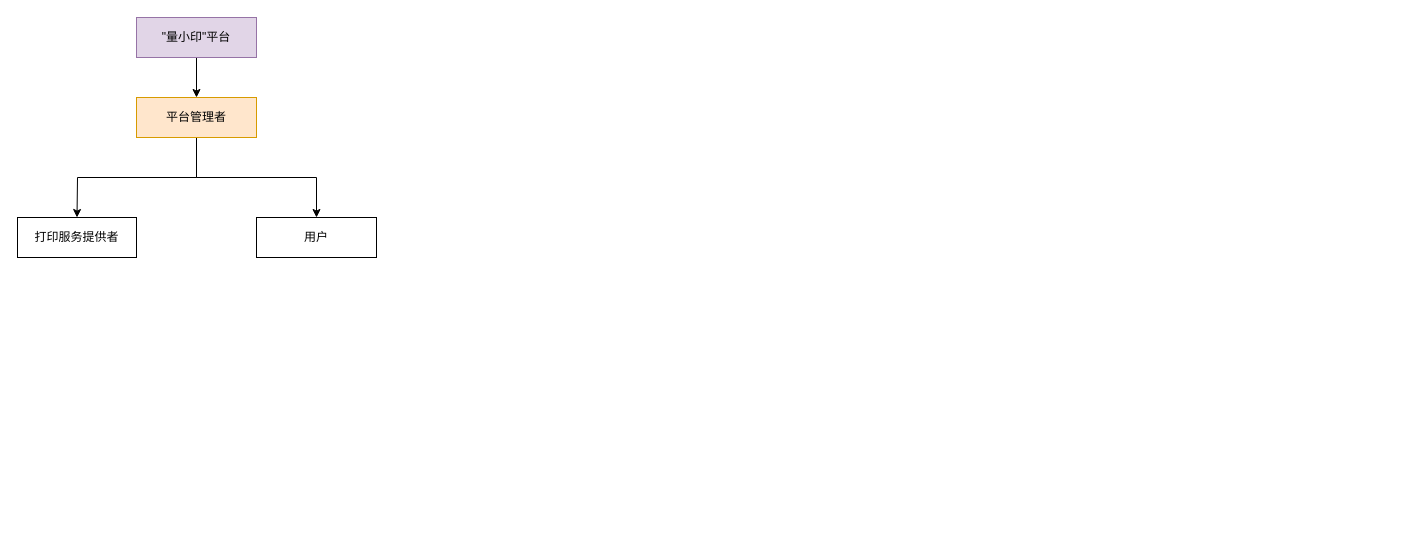
This is 组织结构.drawio from domexie/cjlu.ink.drawio, a draw.io file, before an edit. Source tidied: cells renumbered, new cells numbered last; positions are measured from the earlier drawing's top-left corner, leaving out a move shared by most shapes. Both pictures are drawn from the tidied source at 100%, with x=0, y=0 at pixel (17, 17).
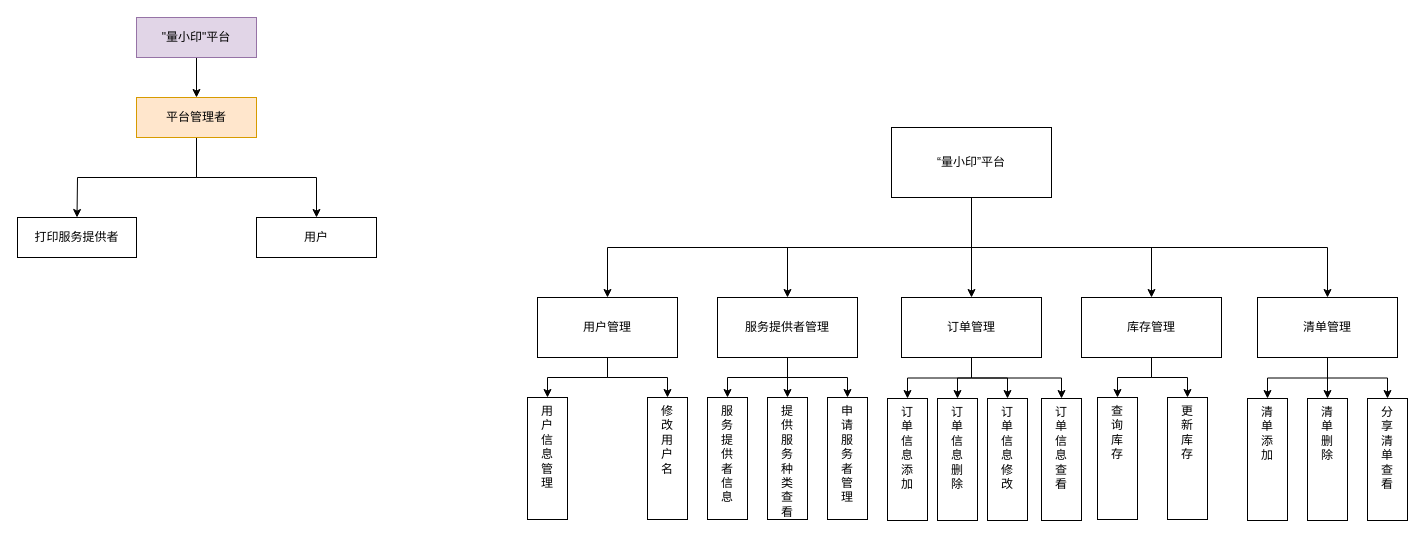
After the change.

Commit message:
更新组织结构.drawio

Change to the diagram source:
```diff
@@
+    <mxCell id="9" value="用&lt;div&gt;户&lt;/div&gt;&lt;div&gt;信&lt;/div&gt;&lt;div&gt;息&lt;/div&gt;&lt;div&gt;管&lt;/div&gt;&lt;div&gt;理&lt;/div&gt;" style="rounded=0;whiteSpace=wrap;html=1;verticalAlign=top;horizontal=1;textDirection=ltr;" parent="1" vertex="1">
+      <mxGeometry x="510" y="380" width="40" height="122" as="geometry" />
+    </mxCell>
+    <mxCell id="10" style="edgeStyle=orthogonalEdgeStyle;rounded=0;jettySize=auto;html=1;exitX=0.5;exitY=1;exitDx=0;exitDy=0;entryX=0.5;entryY=0;entryDx=0;entryDy=0;" parent="1" edge="1" source="15" target="23">
+      <mxGeometry relative="1" as="geometry" />
+    </mxCell>
+    <mxCell id="11" style="edgeStyle=orthogonalEdgeStyle;rounded=0;jettySize=auto;html=1;exitX=0.5;exitY=1;exitDx=0;exitDy=0;entryX=0.5;entryY=0;entryDx=0;entryDy=0;" parent="1" edge="1" source="15" target="20">
+      <mxGeometry relative="1" as="geometry" />
+    </mxCell>
+    <mxCell id="12" style="edgeStyle=orthogonalEdgeStyle;rounded=0;jettySize=auto;html=1;exitX=0.5;exitY=1;exitDx=0;exitDy=0;entryX=0.5;entryY=0;entryDx=0;entryDy=0;" parent="1" edge="1" source="15" target="26">
+      <mxGeometry relative="1" as="geometry" />
+    </mxCell>
+    <mxCell id="13" style="edgeStyle=orthogonalEdgeStyle;rounded=0;jettySize=auto;html=1;exitX=0.5;exitY=1;exitDx=0;exitDy=0;entryX=0.5;entryY=0;entryDx=0;entryDy=0;" parent="1" edge="1" source="15" target="30">
+      <mxGeometry relative="1" as="geometry" />
+    </mxCell>
+    <mxCell id="14" style="edgeStyle=orthogonalEdgeStyle;rounded=0;jettySize=auto;html=1;exitX=0.5;exitY=1;exitDx=0;exitDy=0;entryX=0.5;entryY=0;entryDx=0;entryDy=0;" parent="1" edge="1" source="15" target="44">
+      <mxGeometry relative="1" as="geometry" />
+    </mxCell>
+    <mxCell id="15" value="“量小印”平台" style="rounded=0;whiteSpace=wrap;html=1;" parent="1" vertex="1">
+      <mxGeometry x="874" y="110" width="160" height="70" as="geometry" />
+    </mxCell>
+    <mxCell id="16" style="edgeStyle=orthogonalEdgeStyle;rounded=0;jettySize=auto;html=1;exitX=0.5;exitY=1;exitDx=0;exitDy=0;entryX=0.5;entryY=0;entryDx=0;entryDy=0;" parent="1" edge="1" source="20" target="31">
+      <mxGeometry relative="1" as="geometry" />
+    </mxCell>
+    <mxCell id="17" style="edgeStyle=orthogonalEdgeStyle;rounded=0;jettySize=auto;html=1;exitX=0.5;exitY=1;exitDx=0;exitDy=0;" parent="1" edge="1" source="20" target="32">
+      <mxGeometry relative="1" as="geometry" />
+    </mxCell>
+    <mxCell id="18" style="edgeStyle=orthogonalEdgeStyle;rounded=0;jettySize=auto;html=1;exitX=0.5;exitY=1;exitDx=0;exitDy=0;" parent="1" edge="1" source="20" target="33">
+      <mxGeometry relative="1" as="geometry" />
+    </mxCell>
+    <mxCell id="19" style="edgeStyle=orthogonalEdgeStyle;rounded=0;jettySize=auto;html=1;exitX=0.5;exitY=1;exitDx=0;exitDy=0;entryX=0.5;entryY=0;entryDx=0;entryDy=0;" parent="1" edge="1" source="20" target="34">
+      <mxGeometry relative="1" as="geometry" />
+    </mxCell>
+    <mxCell id="20" value="订单管理" style="rounded=0;whiteSpace=wrap;html=1;" parent="1" vertex="1">
+      <mxGeometry x="884" y="280" width="140" height="60" as="geometry" />
+    </mxCell>
+    <mxCell id="21" style="edgeStyle=orthogonalEdgeStyle;rounded=0;jettySize=auto;html=1;exitX=0.5;exitY=1;exitDx=0;exitDy=0;entryX=0.5;entryY=0;entryDx=0;entryDy=0;" parent="1" edge="1" source="23" target="9">
+      <mxGeometry relative="1" as="geometry" />
+    </mxCell>
+    <mxCell id="22" style="edgeStyle=orthogonalEdgeStyle;rounded=0;jettySize=auto;html=1;exitX=0.5;exitY=1;exitDx=0;exitDy=0;entryX=0.5;entryY=0;entryDx=0;entryDy=0;" parent="1" edge="1" source="23" target="40">
+      <mxGeometry relative="1" as="geometry" />
+    </mxCell>
+    <mxCell id="23" value="用户管理" style="rounded=0;whiteSpace=wrap;html=1;" parent="1" vertex="1">
+      <mxGeometry x="520" y="280" width="140" height="60" as="geometry" />
+    </mxCell>
+    <mxCell id="24" style="edgeStyle=orthogonalEdgeStyle;rounded=0;jettySize=auto;html=1;exitX=0.5;exitY=1;exitDx=0;exitDy=0;entryX=0.5;entryY=0;entryDx=0;entryDy=0;" parent="1" edge="1" source="26" target="35">
+      <mxGeometry relative="1" as="geometry" />
+    </mxCell>
+    <mxCell id="25" style="edgeStyle=orthogonalEdgeStyle;rounded=0;jettySize=auto;html=1;exitX=0.5;exitY=1;exitDx=0;exitDy=0;entryX=0.5;entryY=0;entryDx=0;entryDy=0;" parent="1" edge="1" source="26" target="36">
+      <mxGeometry relative="1" as="geometry" />
+    </mxCell>
+    <mxCell id="26" value="库存管理" style="rounded=0;whiteSpace=wrap;html=1;" parent="1" vertex="1">
+      <mxGeometry x="1064" y="280" width="140" height="60" as="geometry" />
+    </mxCell>
+    <mxCell id="27" style="edgeStyle=orthogonalEdgeStyle;rounded=0;jettySize=auto;html=1;exitX=0.5;exitY=1;exitDx=0;exitDy=0;entryX=0.5;entryY=0;entryDx=0;entryDy=0;" parent="1" edge="1" source="30" target="37">
+      <mxGeometry relative="1" as="geometry" />
+    </mxCell>
+    <mxCell id="28" style="edgeStyle=orthogonalEdgeStyle;rounded=0;jettySize=auto;html=1;exitX=0.5;exitY=1;exitDx=0;exitDy=0;entryX=0.5;entryY=0;entryDx=0;entryDy=0;" parent="1" edge="1" source="30" target="38">
+      <mxGeometry relative="1" as="geometry" />
+    </mxCell>
+    <mxCell id="29" style="edgeStyle=orthogonalEdgeStyle;rounded=0;jettySize=auto;html=1;exitX=0.5;exitY=1;exitDx=0;exitDy=0;entryX=0.5;entryY=0;entryDx=0;entryDy=0;" parent="1" edge="1" source="30" target="39">
+      <mxGeometry relative="1" as="geometry" />
+    </mxCell>
+    <mxCell id="30" value="清单管理" style="rounded=0;whiteSpace=wrap;html=1;" parent="1" vertex="1">
+      <mxGeometry x="1240" y="280" width="140" height="60" as="geometry" />
+    </mxCell>
+    <mxCell id="31" value="订&lt;div&gt;单&lt;/div&gt;&lt;div&gt;信&lt;/div&gt;&lt;div&gt;息&lt;/div&gt;&lt;div&gt;添&lt;/div&gt;&lt;div&gt;加&lt;/div&gt;" style="rounded=0;whiteSpace=wrap;html=1;verticalAlign=top;horizontal=1;textDirection=ltr;" parent="1" vertex="1">
+      <mxGeometry x="870" y="381" width="40" height="122" as="geometry" />
+    </mxCell>
+    <mxCell id="32" value="订&lt;div&gt;单&lt;/div&gt;&lt;div&gt;信&lt;/div&gt;&lt;div&gt;息&lt;/div&gt;&lt;div&gt;删&lt;/div&gt;&lt;div&gt;除&lt;/div&gt;" style="rounded=0;whiteSpace=wrap;html=1;verticalAlign=top;horizontal=1;textDirection=ltr;" parent="1" vertex="1">
+      <mxGeometry x="920" y="381" width="40" height="122" as="geometry" />
+    </mxCell>
+    <mxCell id="33" value="订&lt;div&gt;单&lt;/div&gt;&lt;div&gt;信&lt;/div&gt;&lt;div&gt;息&lt;/div&gt;&lt;div&gt;修&lt;/div&gt;&lt;div&gt;改&lt;/div&gt;" style="rounded=0;whiteSpace=wrap;html=1;verticalAlign=top;horizontal=1;textDirection=ltr;" parent="1" vertex="1">
+      <mxGeometry x="970" y="381" width="40" height="122" as="geometry" />
+    </mxCell>
+    <mxCell id="34" value="订&lt;div&gt;单&lt;/div&gt;&lt;div&gt;信&lt;/div&gt;&lt;div&gt;息&lt;/div&gt;&lt;div&gt;查&lt;/div&gt;&lt;div&gt;看&lt;/div&gt;" style="rounded=0;whiteSpace=wrap;html=1;verticalAlign=top;horizontal=1;textDirection=ltr;" parent="1" vertex="1">
+      <mxGeometry x="1024" y="381" width="40" height="122" as="geometry" />
+    </mxCell>
+    <mxCell id="35" value="查&lt;div&gt;询&lt;/div&gt;&lt;div&gt;库&lt;/div&gt;&lt;div&gt;存&lt;/div&gt;" style="rounded=0;whiteSpace=wrap;html=1;verticalAlign=top;horizontal=1;textDirection=ltr;" parent="1" vertex="1">
+      <mxGeometry x="1080" y="380" width="40" height="122" as="geometry" />
+    </mxCell>
+    <mxCell id="36" value="更&lt;div&gt;新&lt;/div&gt;&lt;div&gt;库&lt;/div&gt;&lt;div&gt;存&lt;/div&gt;" style="rounded=0;whiteSpace=wrap;html=1;verticalAlign=top;horizontal=1;textDirection=ltr;" parent="1" vertex="1">
+      <mxGeometry x="1150" y="380" width="40" height="122" as="geometry" />
+    </mxCell>
+    <mxCell id="37" value="&lt;div&gt;清&lt;/div&gt;&lt;div&gt;单&lt;/div&gt;&lt;div&gt;&lt;span style=&quot;background-color: initial;&quot;&gt;添&lt;/span&gt;&lt;/div&gt;&lt;div&gt;加&lt;/div&gt;" style="rounded=0;whiteSpace=wrap;html=1;verticalAlign=top;horizontal=1;textDirection=ltr;" parent="1" vertex="1">
+      <mxGeometry x="1230" y="381" width="40" height="122" as="geometry" />
+    </mxCell>
+    <mxCell id="38" value="&lt;div&gt;清&lt;/div&gt;&lt;div&gt;单&lt;/div&gt;&lt;div&gt;删&lt;/div&gt;&lt;div&gt;除&lt;/div&gt;" style="rounded=0;whiteSpace=wrap;html=1;verticalAlign=top;horizontal=1;textDirection=ltr;" parent="1" vertex="1">
+      <mxGeometry x="1290" y="381" width="40" height="122" as="geometry" />
+    </mxCell>
+    <mxCell id="39" value="&lt;div&gt;分&lt;/div&gt;&lt;div&gt;享&lt;/div&gt;&lt;div&gt;清&lt;/div&gt;&lt;div&gt;单&lt;/div&gt;&lt;div&gt;查&lt;/div&gt;&lt;div&gt;看&lt;/div&gt;" style="rounded=0;whiteSpace=wrap;html=1;verticalAlign=top;horizontal=1;textDirection=ltr;" parent="1" vertex="1">
+      <mxGeometry x="1350" y="381" width="40" height="122" as="geometry" />
+    </mxCell>
+    <mxCell id="40" value="修&lt;div&gt;改&lt;/div&gt;&lt;div&gt;用&lt;/div&gt;&lt;div&gt;户&lt;/div&gt;&lt;div&gt;名&lt;/div&gt;" style="rounded=0;whiteSpace=wrap;html=1;verticalAlign=top;horizontal=1;textDirection=ltr;" parent="1" vertex="1">
+      <mxGeometry x="630" y="380" width="40" height="122" as="geometry" />
+    </mxCell>
+    <mxCell id="41" style="edgeStyle=orthogonalEdgeStyle;rounded=0;jettySize=auto;html=1;exitX=0.5;exitY=1;exitDx=0;exitDy=0;entryX=0.5;entryY=0;entryDx=0;entryDy=0;" parent="1" edge="1" source="44" target="45">
+      <mxGeometry relative="1" as="geometry" />
+    </mxCell>
+    <mxCell id="42" style="edgeStyle=orthogonalEdgeStyle;rounded=0;jettySize=auto;html=1;exitX=0.5;exitY=1;exitDx=0;exitDy=0;entryX=0.5;entryY=0;entryDx=0;entryDy=0;" parent="1" edge="1" source="44" target="46">
+      <mxGeometry relative="1" as="geometry" />
+    </mxCell>
+    <mxCell id="43" style="edgeStyle=orthogonalEdgeStyle;rounded=0;jettySize=auto;html=1;exitX=0.5;exitY=1;exitDx=0;exitDy=0;entryX=0.5;entryY=0;entryDx=0;entryDy=0;" parent="1" edge="1" source="44" target="47">
+      <mxGeometry relative="1" as="geometry" />
+    </mxCell>
+    <mxCell id="44" value="服务提供者管理" style="rounded=0;whiteSpace=wrap;html=1;" parent="1" vertex="1">
+      <mxGeometry x="700" y="280" width="140" height="60" as="geometry" />
+    </mxCell>
+    <mxCell id="45" value="&lt;div&gt;服&lt;/div&gt;&lt;div&gt;务&lt;/div&gt;&lt;div&gt;提&lt;/div&gt;&lt;div&gt;供&lt;/div&gt;&lt;div&gt;者&lt;/div&gt;&lt;div&gt;信&lt;/div&gt;&lt;div&gt;息&lt;/div&gt;" style="rounded=0;whiteSpace=wrap;html=1;verticalAlign=top;horizontal=1;textDirection=ltr;" parent="1" vertex="1">
+      <mxGeometry x="690" y="380" width="40" height="122" as="geometry" />
+    </mxCell>
+    <mxCell id="46" value="提&lt;div&gt;供&lt;/div&gt;&lt;div&gt;服&lt;/div&gt;&lt;div&gt;务&lt;/div&gt;&lt;div&gt;种&lt;/div&gt;&lt;div&gt;类&lt;/div&gt;&lt;div&gt;查&lt;/div&gt;&lt;div&gt;看&lt;/div&gt;" style="rounded=0;whiteSpace=wrap;html=1;verticalAlign=top;horizontal=1;textDirection=ltr;" parent="1" vertex="1">
+      <mxGeometry x="750" y="380" width="40" height="122" as="geometry" />
+    </mxCell>
+    <mxCell id="47" value="申&lt;div&gt;请&lt;/div&gt;&lt;div&gt;服&lt;/div&gt;&lt;div&gt;务&lt;/div&gt;&lt;div&gt;者&lt;/div&gt;&lt;div&gt;管&lt;/div&gt;&lt;div&gt;理&lt;/div&gt;" style="rounded=0;whiteSpace=wrap;html=1;verticalAlign=top;horizontal=1;textDirection=ltr;" parent="1" vertex="1">
+      <mxGeometry x="810" y="380" width="40" height="122" as="geometry" />
+    </mxCell>
```
